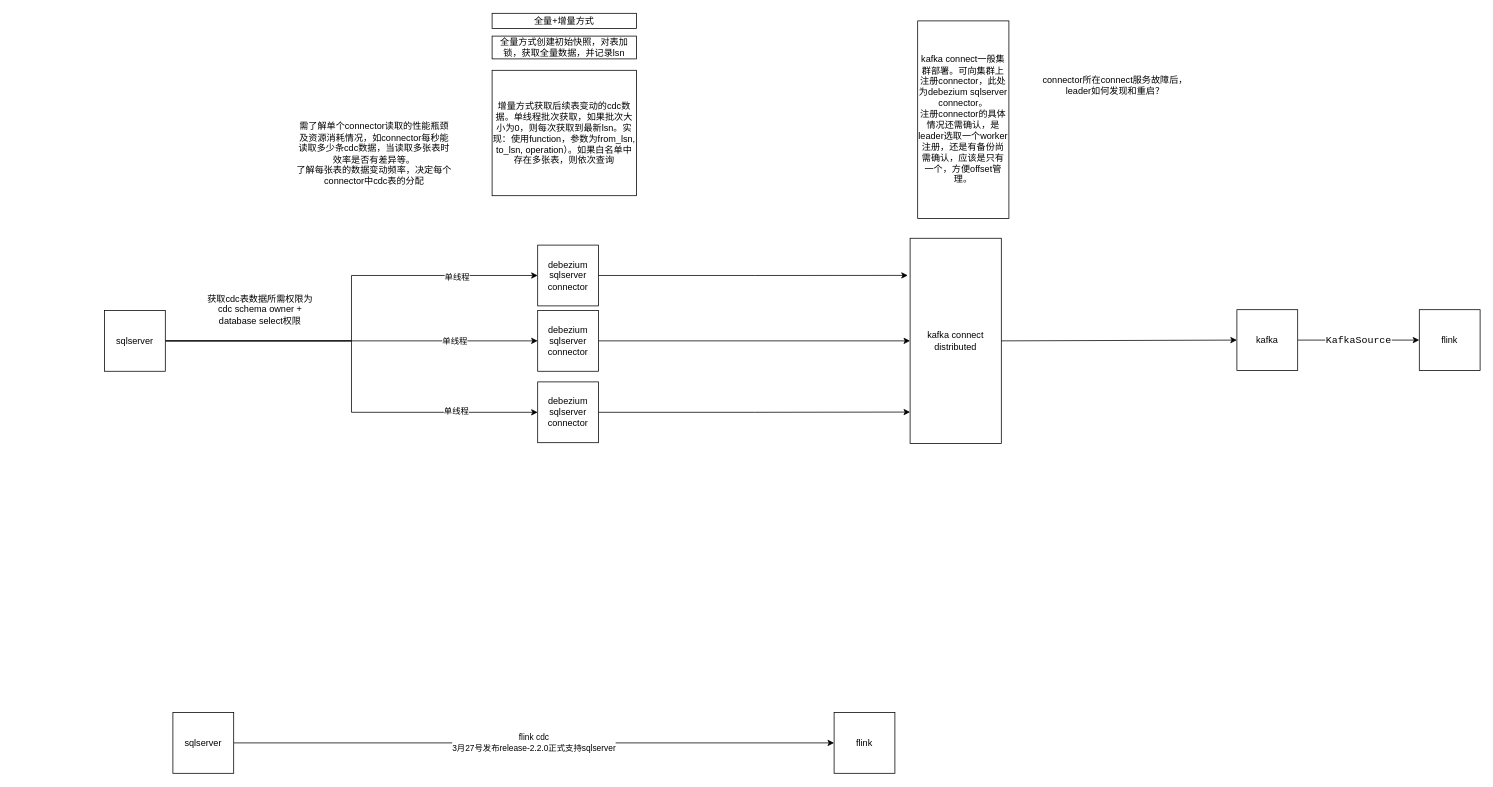
This is 2021/Untitled Diagram.drawio from nanaliulei/studyPlan, a draw.io file, before an edit. Source tidied: cells renumbered, new cells numbered last; positions are measured from the earlier drawing's top-left corner, leaving out a move shared by most shapes. Both pictures are drawn from the tidied source at 76%, with x=0, y=0 at pixel (104, 13).
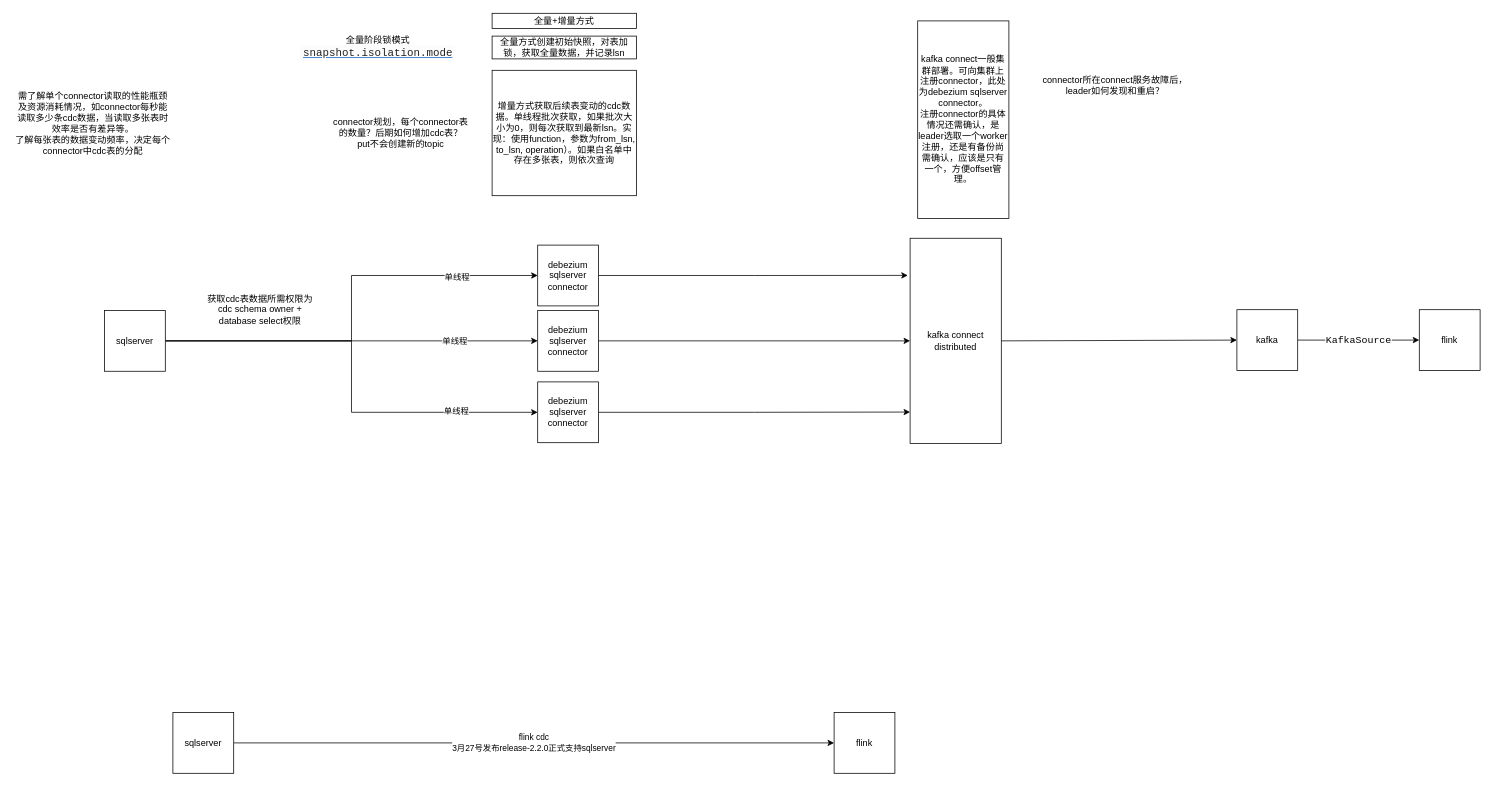
The same diagram, later.

What changed in the source:
```diff
@@
     <mxCell id="20" value="需了解单个connector读取的性能瓶颈及资源消耗情况，如connector每秒能读取多少条cdc数据，当读取多张表时效率是否有差异等。&lt;br&gt;了解每张表的数据变动频率，决定每个connector中cdc表的分配" style="text;html=1;strokeColor=none;fillColor=none;align=center;verticalAlign=middle;whiteSpace=wrap;rounded=0;" parent="1" vertex="1">
-      <mxGeometry x="250" y="130" width="210" height="110" as="geometry" />
+      <mxGeometry x="-120" y="90" width="210" height="110" as="geometry" />
     </mxCell>
@@
+    <mxCell id="30" value="connector规划，每个connector表的数量？后期如何增加cdc表？put不会创建新的topic" style="text;html=1;strokeColor=none;fillColor=none;align=center;verticalAlign=middle;whiteSpace=wrap;rounded=0;" parent="1" vertex="1">
+      <mxGeometry x="300" y="122.5" width="180" height="70" as="geometry" />
+    </mxCell>
+    <mxCell id="31" value="全量阶段锁模式&lt;a href=&quot;https://debezium.io/documentation/reference/1.9/connectors/sqlserver.html#sqlserver-property-snapshot-isolation-mode&quot; style=&quot;box-sizing: inherit ; color: rgb(21 , 101 , 192) ; font-family: , &amp;#34;helvetica&amp;#34; , &amp;#34;arial&amp;#34; , sans-serif ; font-size: 14.9999px ; text-align: left ; background-color: rgb(252 , 252 , 252)&quot;&gt;&lt;code style=&quot;box-sizing: inherit ; font-family: &amp;#34;roboto mono&amp;#34; , monospace ; color: rgb(34 , 34 , 34) ; background: inherit ; border-radius: 0.25em ; font-size: 0.95em ; padding: 0.125em 0.25em&quot;&gt;snapshot.isolation.mode&lt;/code&gt;&lt;/a&gt;" style="text;html=1;strokeColor=none;fillColor=none;align=center;verticalAlign=middle;whiteSpace=wrap;rounded=0;" parent="1" vertex="1">
+      <mxGeometry x="260" y="30" width="200" height="30" as="geometry" />
+    </mxCell>
```
